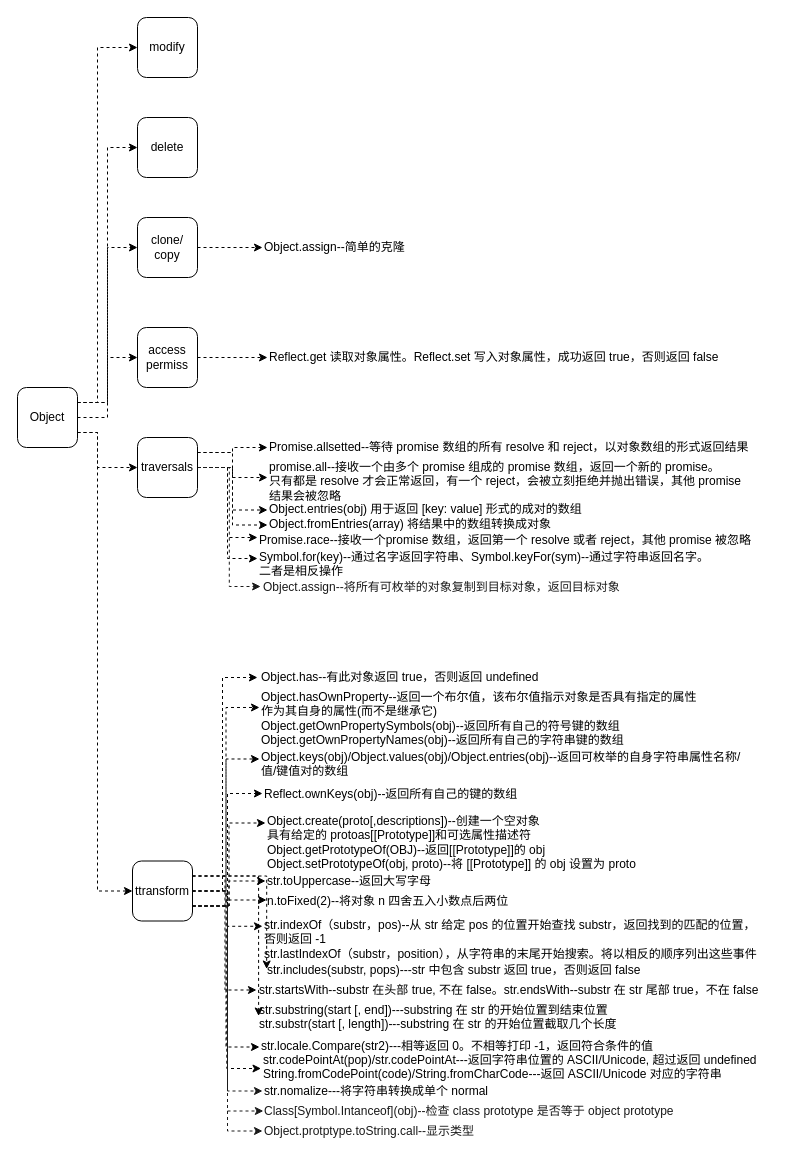
The draw.io diagram page "Object" (2 of 7) of background-flutter/JS难点/Func/Arr/Obj.drawio in hexipei/draw.io, before the edit. Source tidied: cells renumbered, new cells numbered last; positions are measured from the earlier drawing's top-left corner, leaving out a move shared by most shapes. Both pictures are drawn from the tidied source at 100%, with x=0, y=0 at pixel (17, 17).
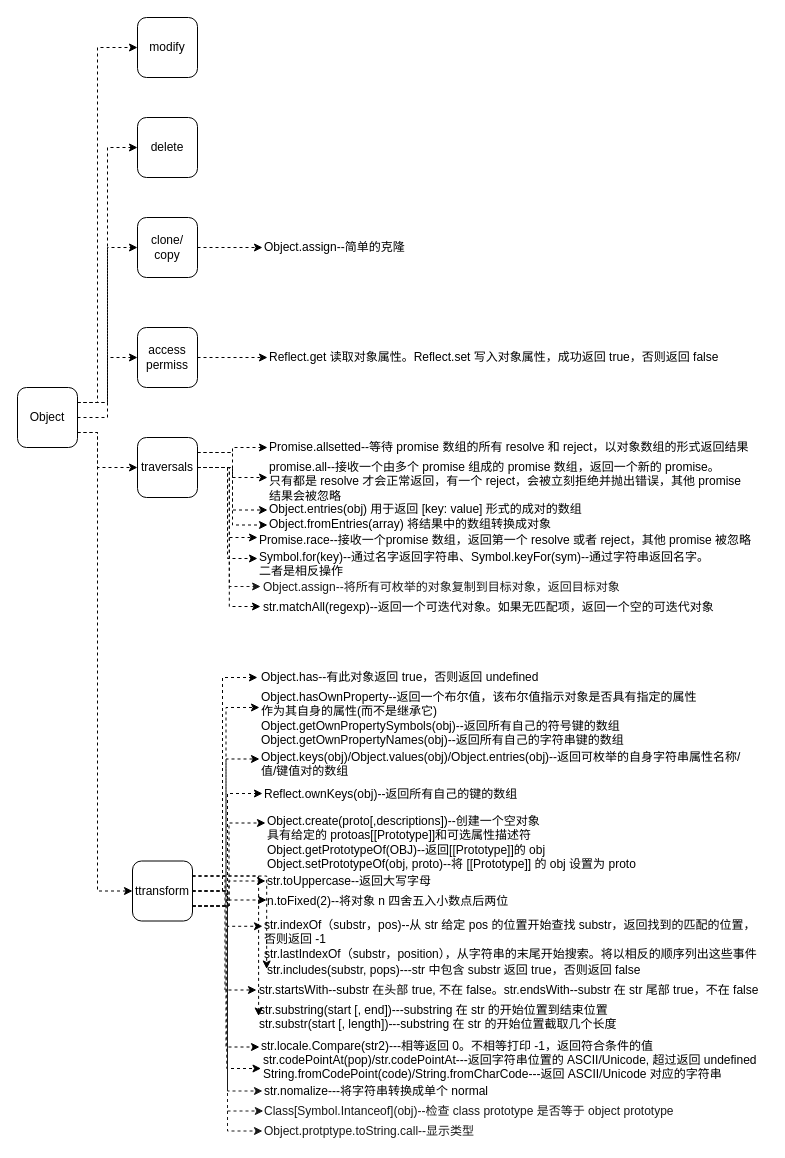
After the change.

The change refers to these unchanged cells:
```xml
<mxCell id="23" value="traversals" style="rounded=1;whiteSpace=wrap;html=1;" parent="1" vertex="1">
  <mxGeometry x="120" y="420" width="60" height="60" as="geometry" />
</mxCell>
```

Diff of the diagram source:
```diff
@@
+    <mxCell id="65" style="edgeStyle=orthogonalEdgeStyle;rounded=0;jettySize=auto;html=1;exitX=1;exitY=0.5;exitDx=0;exitDy=0;entryX=-0.001;entryY=0.45;entryDx=0;entryDy=0;entryPerimeter=0;dashed=1;" parent="1" edge="1" source="23" target="66">
+      <mxGeometry relative="1" as="geometry" />
+    </mxCell>
@@
+    <mxCell id="66" value="str.matchAll(regexp)--返回一个可迭代对象。如果无匹配项，返回一个空的可迭代对象" style="text;html=1;points=[];align=left;verticalAlign=top;spacingTop=-4;" parent="1" vertex="1">
+      <mxGeometry x="243.5" y="580" width="470" height="20" as="geometry" />
+    </mxCell>
```
